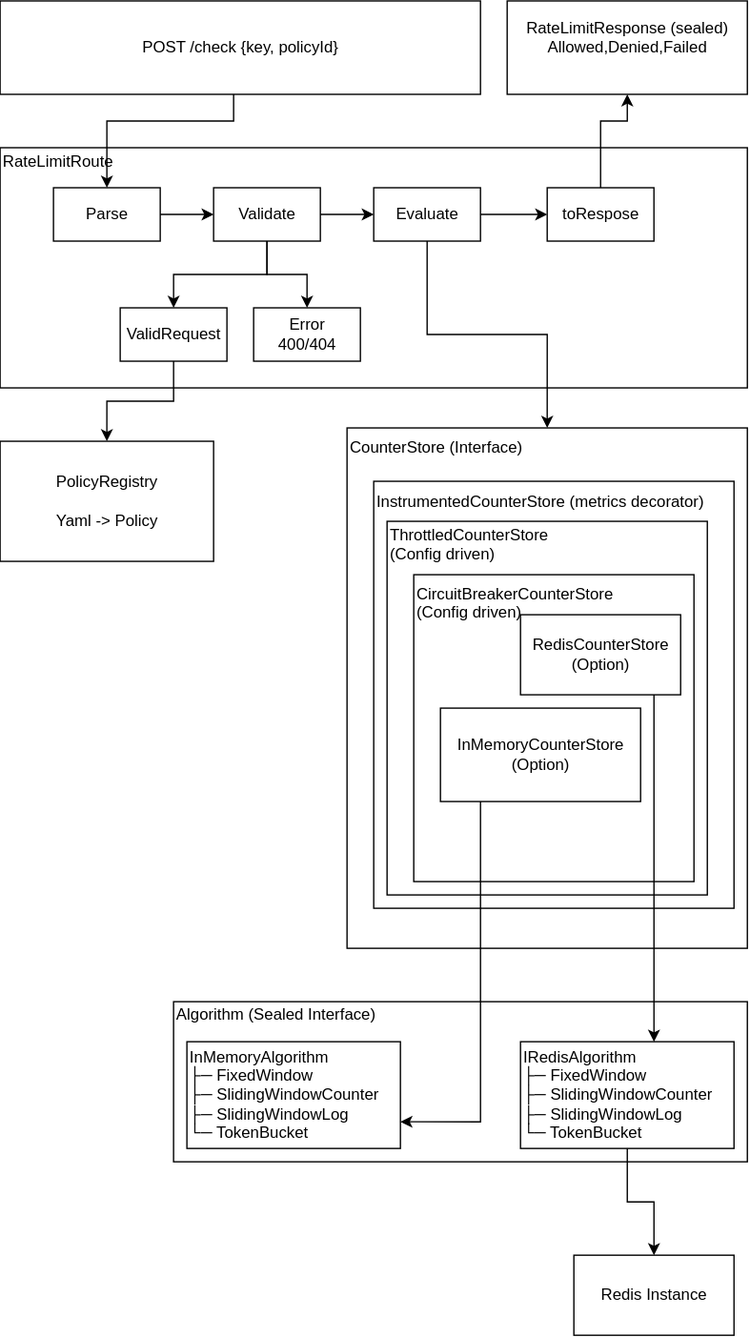
Earlier version of the draw.io export docs/images/hld.drawio.svg (SimonJPegg/sluice). Source tidied: cells renumbered, new cells last; positions are measured from the earlier drawing's top-left corner, leaving out a move shared by most shapes.
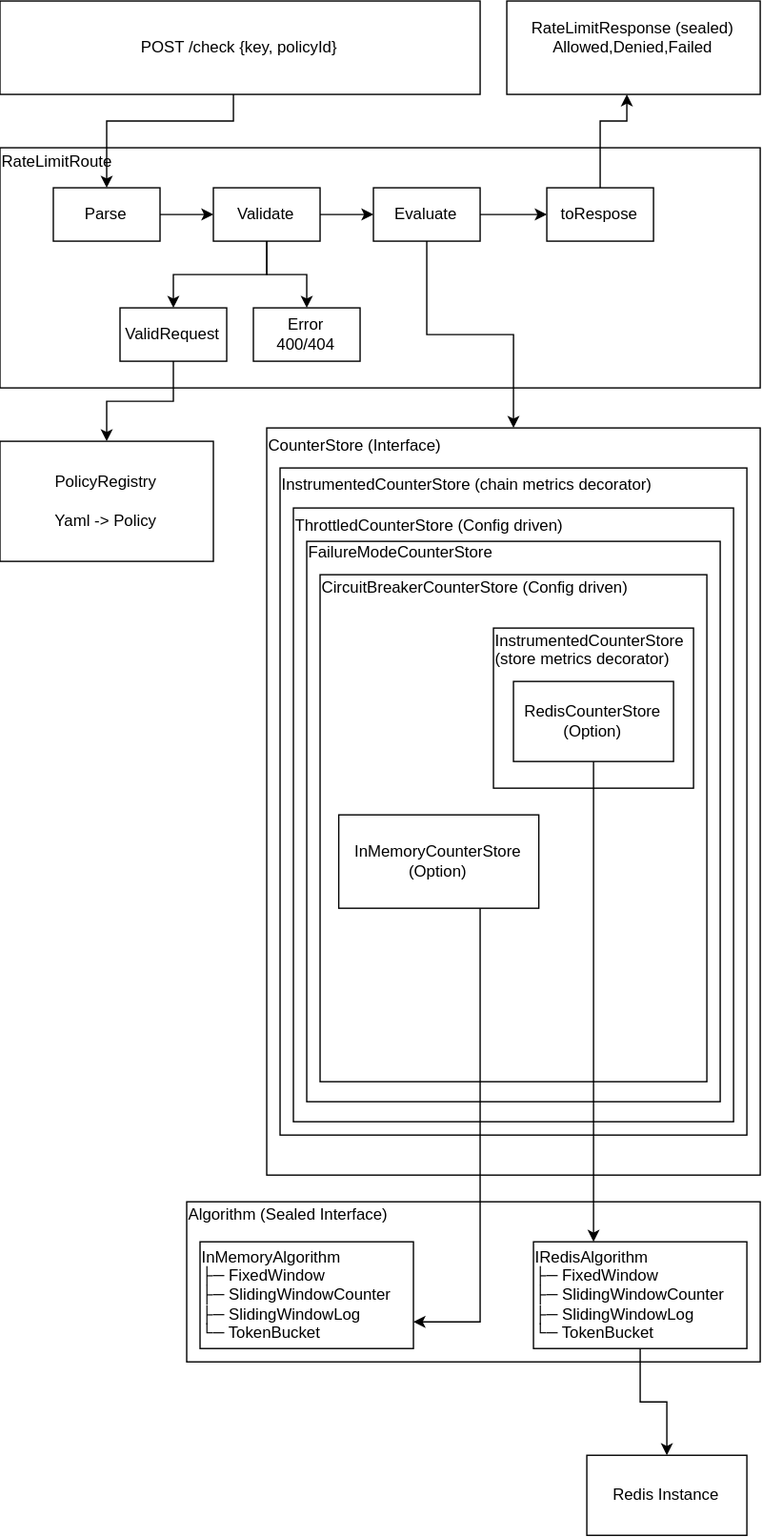
After the change.

What changed in the source:
```diff
@@ -2,25 +2,34 @@
   <root>
     <mxCell id="0" />
     <mxCell id="1" parent="0" />
+    <mxCell id="20" value="&lt;div&gt;CounterStore (Interface)&lt;/div&gt;&lt;div&gt;&lt;br&gt;&lt;/div&gt;&lt;div&gt;&lt;br&gt;&lt;/div&gt;&lt;div&gt;&lt;br&gt;&lt;/div&gt;&lt;div&gt;&lt;br&gt;&lt;/div&gt;&lt;div&gt;&lt;br&gt;&lt;/div&gt;&lt;div&gt;&lt;br&gt;&lt;/div&gt;&lt;div&gt;&lt;br&gt;&lt;/div&gt;&lt;div&gt;&lt;br&gt;&lt;/div&gt;&lt;div&gt;&lt;br&gt;&lt;/div&gt;&lt;div&gt;&lt;br&gt;&lt;/div&gt;&lt;div&gt;&lt;br&gt;&lt;/div&gt;&lt;div&gt;&lt;br&gt;&lt;/div&gt;&lt;div&gt;&lt;br&gt;&lt;/div&gt;&lt;div&gt;&lt;br&gt;&lt;/div&gt;&lt;div&gt;&lt;br&gt;&lt;/div&gt;&lt;div&gt;&lt;br&gt;&lt;/div&gt;&lt;div&gt;&lt;br&gt;&lt;/div&gt;&lt;div&gt;&lt;br&gt;&lt;/div&gt;&lt;div&gt;&lt;br&gt;&lt;/div&gt;&lt;div&gt;&lt;br&gt;&lt;/div&gt;&lt;div&gt;&lt;br&gt;&lt;/div&gt;&lt;div&gt;&lt;br&gt;&lt;/div&gt;&lt;div&gt;&lt;br&gt;&lt;/div&gt;&lt;div&gt;&lt;br&gt;&lt;/div&gt;&lt;div&gt;&lt;br&gt;&lt;/div&gt;&lt;div&gt;&lt;br&gt;&lt;/div&gt;&lt;div&gt;&lt;br&gt;&lt;/div&gt;&lt;div&gt;&lt;br&gt;&lt;/div&gt;&lt;div&gt;&lt;br&gt;&lt;/div&gt;&lt;div&gt;&lt;br&gt;&lt;/div&gt;&lt;div&gt;&lt;br&gt;&lt;/div&gt;&lt;div&gt;&lt;br&gt;&lt;/div&gt;&lt;div&gt;&lt;br&gt;&lt;/div&gt;&lt;div&gt;&lt;br&gt;&lt;/div&gt;&lt;div&gt;&lt;br&gt;&lt;/div&gt;&lt;div&gt;&lt;br&gt;&lt;/div&gt;&lt;div&gt;&lt;br&gt;&lt;/div&gt;" style="rounded=0;whiteSpace=wrap;html=1;align=left;fillColor=none;" parent="1" vertex="1">
+      <mxGeometry x="170" y="180" width="370" height="560" as="geometry" />
+    </mxCell>
+    <mxCell id="21" value="&lt;div&gt;InstrumentedCounterStore (chain metrics decorator)&lt;/div&gt;&lt;div&gt;&lt;br&gt;&lt;/div&gt;&lt;div&gt;&lt;br&gt;&lt;/div&gt;&lt;div&gt;&lt;br&gt;&lt;/div&gt;&lt;div&gt;&lt;br&gt;&lt;/div&gt;&lt;div&gt;&lt;br&gt;&lt;/div&gt;&lt;div&gt;&lt;br&gt;&lt;/div&gt;&lt;div&gt;&lt;br&gt;&lt;/div&gt;&lt;div&gt;&lt;br&gt;&lt;/div&gt;&lt;div&gt;&lt;br&gt;&lt;/div&gt;&lt;div&gt;&lt;br&gt;&lt;/div&gt;&lt;div&gt;&lt;br&gt;&lt;/div&gt;&lt;div&gt;&lt;br&gt;&lt;/div&gt;&lt;div&gt;&lt;br&gt;&lt;/div&gt;&lt;div&gt;&lt;br&gt;&lt;/div&gt;&lt;div&gt;&lt;br&gt;&lt;/div&gt;&lt;div&gt;&lt;br&gt;&lt;/div&gt;&lt;div&gt;&lt;br&gt;&lt;/div&gt;&lt;div&gt;&lt;br&gt;&lt;/div&gt;&lt;div&gt;&lt;br&gt;&lt;/div&gt;&lt;div&gt;&lt;br&gt;&lt;/div&gt;&lt;div&gt;&lt;br&gt;&lt;/div&gt;&lt;div&gt;&lt;br&gt;&lt;/div&gt;&lt;div&gt;&lt;br&gt;&lt;/div&gt;&lt;div&gt;&lt;br&gt;&lt;/div&gt;&lt;div&gt;&lt;br&gt;&lt;/div&gt;&lt;div&gt;&lt;br&gt;&lt;/div&gt;&lt;div&gt;&lt;br&gt;&lt;/div&gt;&lt;div&gt;&lt;br&gt;&lt;/div&gt;&lt;div&gt;&lt;br&gt;&lt;/div&gt;&lt;div&gt;&lt;br&gt;&lt;/div&gt;&lt;div&gt;&lt;br&gt;&lt;/div&gt;&lt;div&gt;&lt;br&gt;&lt;/div&gt;&lt;div&gt;&lt;br&gt;&lt;/div&gt;" style="rounded=0;whiteSpace=wrap;html=1;align=left;fillColor=none;" parent="1" vertex="1">
+      <mxGeometry x="180" y="210" width="350" height="500" as="geometry" />
+    </mxCell>
+    <mxCell id="34" value="&lt;div&gt;&lt;div&gt;ThrottledCounterStore (Config driven)&lt;/div&gt;&lt;/div&gt;&lt;div&gt;&lt;br&gt;&lt;/div&gt;&lt;div&gt;&lt;br&gt;&lt;/div&gt;&lt;div&gt;&lt;br&gt;&lt;/div&gt;&lt;div&gt;&lt;br&gt;&lt;/div&gt;&lt;div&gt;&lt;br&gt;&lt;/div&gt;&lt;div&gt;&lt;br&gt;&lt;/div&gt;&lt;div&gt;&lt;br&gt;&lt;/div&gt;&lt;div&gt;&lt;br&gt;&lt;/div&gt;&lt;div&gt;&lt;br&gt;&lt;/div&gt;&lt;div&gt;&lt;br&gt;&lt;/div&gt;&lt;div&gt;&lt;br&gt;&lt;/div&gt;&lt;div&gt;&lt;br&gt;&lt;/div&gt;&lt;div&gt;&lt;br&gt;&lt;/div&gt;&lt;div&gt;&lt;br&gt;&lt;/div&gt;&lt;div&gt;&lt;br&gt;&lt;/div&gt;&lt;div&gt;&lt;br&gt;&lt;/div&gt;&lt;div&gt;&lt;br&gt;&lt;/div&gt;&lt;div&gt;&lt;br&gt;&lt;/div&gt;&lt;div&gt;&lt;br&gt;&lt;/div&gt;&lt;div&gt;&lt;br&gt;&lt;/div&gt;&lt;div&gt;&lt;br&gt;&lt;/div&gt;&lt;div&gt;&lt;br&gt;&lt;/div&gt;&lt;div&gt;&lt;br&gt;&lt;/div&gt;&lt;div&gt;&lt;br&gt;&lt;/div&gt;&lt;div&gt;&lt;br&gt;&lt;/div&gt;&lt;div&gt;&lt;br&gt;&lt;/div&gt;&lt;div&gt;&lt;br&gt;&lt;/div&gt;&lt;div&gt;&lt;br&gt;&lt;/div&gt;&lt;div&gt;&lt;br&gt;&lt;/div&gt;&lt;div&gt;&lt;br&gt;&lt;/div&gt;" style="rounded=0;whiteSpace=wrap;html=1;align=left;fillColor=none;" parent="1" vertex="1">
+      <mxGeometry x="190" y="240" width="330" height="460" as="geometry" />
+    </mxCell>
     <mxCell id="2" value="&lt;div&gt;RateLimitRoute&lt;/div&gt;&lt;div&gt;&lt;br&gt;&lt;/div&gt;&lt;div&gt;&lt;br&gt;&lt;/div&gt;&lt;div&gt;&lt;br&gt;&lt;/div&gt;&lt;div&gt;&lt;br&gt;&lt;/div&gt;&lt;div&gt;&lt;br&gt;&lt;/div&gt;&lt;div&gt;&lt;br&gt;&lt;/div&gt;&lt;div&gt;&lt;br&gt;&lt;/div&gt;&lt;div&gt;&lt;br&gt;&lt;/div&gt;&lt;div&gt;&lt;br&gt;&lt;/div&gt;&lt;div&gt;&lt;br&gt;&lt;/div&gt;&lt;div&gt;&lt;br&gt;&lt;/div&gt;" style="rounded=0;whiteSpace=wrap;html=1;align=left;fillColor=none;" parent="1" vertex="1">
-      <mxGeometry y="110" width="560" height="180" as="geometry" />
+      <mxGeometry x="-30" y="-30" width="570" height="180" as="geometry" />
     </mxCell>
     <mxCell id="3" style="edgeStyle=orthogonalEdgeStyle;rounded=0;jettySize=auto;html=1;" parent="1" edge="1" source="4" target="6">
       <mxGeometry relative="1" as="geometry">
         <Array as="points">
-          <mxPoint x="175" y="90" />
-          <mxPoint x="80" y="90" />
+          <mxPoint x="145" y="-50" />
+          <mxPoint x="50" y="-50" />
         </Array>
       </mxGeometry>
     </mxCell>
     <mxCell id="4" value="POST /check {key, policyId}" style="rounded=0;whiteSpace=wrap;html=1;align=center;fillColor=none;" parent="1" vertex="1">
-      <mxGeometry width="360" height="70" as="geometry" />
+      <mxGeometry x="-30" y="-140" width="360" height="70" as="geometry" />
     </mxCell>
     <mxCell id="5" style="edgeStyle=orthogonalEdgeStyle;rounded=0;jettySize=auto;html=1;align=center;" parent="1" edge="1" source="6" target="10">
       <mxGeometry relative="1" as="geometry" />
     </mxCell>
     <mxCell id="6" value="Parse" style="rounded=0;whiteSpace=wrap;html=1;align=center;fillColor=none;" parent="1" vertex="1">
-      <mxGeometry x="40" y="140" width="80" height="40" as="geometry" />
+      <mxGeometry x="10" width="80" height="40" as="geometry" />
     </mxCell>
     <mxCell id="7" style="edgeStyle=orthogonalEdgeStyle;rounded=0;jettySize=auto;html=1;align=center;" parent="1" edge="1" source="10" target="17">
       <mxGeometry relative="1" as="geometry" />
@@ -32,7 +41,7 @@
       <mxGeometry relative="1" as="geometry" />
     </mxCell>
     <mxCell id="10" value="Validate" style="rounded=0;whiteSpace=wrap;html=1;align=center;fillColor=none;" parent="1" vertex="1">
-      <mxGeometry x="160" y="140" width="80" height="40" as="geometry" />
+      <mxGeometry x="130" width="80" height="40" as="geometry" />
     </mxCell>
     <mxCell id="11" style="edgeStyle=orthogonalEdgeStyle;rounded=0;jettySize=auto;html=1;entryX=0;entryY=0.5;entryDx=0;entryDy=0;align=center;" parent="1" edge="1" source="13" target="15">
       <mxGeometry relative="1" as="geometry" />
@@ -41,81 +50,78 @@
       <mxGeometry relative="1" as="geometry" />
     </mxCell>
     <mxCell id="13" value="Evaluate" style="rounded=0;whiteSpace=wrap;html=1;align=center;fillColor=none;" parent="1" vertex="1">
-      <mxGeometry x="280" y="140" width="80" height="40" as="geometry" />
+      <mxGeometry x="250" width="80" height="40" as="geometry" />
     </mxCell>
     <mxCell id="14" style="edgeStyle=orthogonalEdgeStyle;rounded=0;jettySize=auto;html=1;" parent="1" edge="1" source="15" target="33">
       <mxGeometry relative="1" as="geometry">
         <Array as="points">
-          <mxPoint x="450" y="90" />
-          <mxPoint x="470" y="90" />
+          <mxPoint x="420" y="-50" />
+          <mxPoint x="440" y="-50" />
         </Array>
       </mxGeometry>
     </mxCell>
     <mxCell id="15" value="toRespose" style="rounded=0;whiteSpace=wrap;html=1;align=center;fillColor=none;" parent="1" vertex="1">
-      <mxGeometry x="410" y="140" width="80" height="40" as="geometry" />
+      <mxGeometry x="380" width="80" height="40" as="geometry" />
     </mxCell>
     <mxCell id="16" style="edgeStyle=orthogonalEdgeStyle;rounded=0;jettySize=auto;html=1;entryX=0.5;entryY=0;entryDx=0;entryDy=0;align=left;" parent="1" edge="1" source="17" target="19">
       <mxGeometry relative="1" as="geometry" />
     </mxCell>
     <mxCell id="17" value="ValidRequest" style="rounded=0;whiteSpace=wrap;html=1;align=center;fillColor=none;" parent="1" vertex="1">
-      <mxGeometry x="90" y="230" width="80" height="40" as="geometry" />
+      <mxGeometry x="60" y="90" width="80" height="40" as="geometry" />
     </mxCell>
     <mxCell id="18" value="&lt;div&gt;Error&lt;/div&gt;&lt;div&gt;400/404&lt;/div&gt;" style="rounded=0;whiteSpace=wrap;html=1;align=center;fillColor=none;" parent="1" vertex="1">
-      <mxGeometry x="190" y="230" width="80" height="40" as="geometry" />
+      <mxGeometry x="160" y="90" width="80" height="40" as="geometry" />
     </mxCell>
     <mxCell id="19" value="PolicyRegistry&lt;br&gt;&lt;br&gt;Yaml -&amp;gt; Policy" style="rounded=0;whiteSpace=wrap;html=1;align=center;fillColor=none;" parent="1" vertex="1">
-      <mxGeometry y="330" width="160" height="90" as="geometry" />
+      <mxGeometry x="-30" y="190" width="160" height="90" as="geometry" />
     </mxCell>
-    <mxCell id="20" value="&lt;div&gt;CounterStore (Interface)&lt;/div&gt;&lt;div&gt;&lt;br&gt;&lt;/div&gt;&lt;div&gt;&lt;br&gt;&lt;/div&gt;&lt;div&gt;&lt;br&gt;&lt;/div&gt;&lt;div&gt;&lt;br&gt;&lt;/div&gt;&lt;div&gt;&lt;br&gt;&lt;/div&gt;&lt;div&gt;&lt;br&gt;&lt;/div&gt;&lt;div&gt;&lt;br&gt;&lt;/div&gt;&lt;div&gt;&lt;br&gt;&lt;/div&gt;&lt;div&gt;&lt;br&gt;&lt;/div&gt;&lt;div&gt;&lt;br&gt;&lt;/div&gt;&lt;div&gt;&lt;br&gt;&lt;/div&gt;&lt;div&gt;&lt;br&gt;&lt;/div&gt;&lt;div&gt;&lt;br&gt;&lt;/div&gt;&lt;div&gt;&lt;br&gt;&lt;/div&gt;&lt;div&gt;&lt;br&gt;&lt;/div&gt;&lt;div&gt;&lt;br&gt;&lt;/div&gt;&lt;div&gt;&lt;br&gt;&lt;/div&gt;&lt;div&gt;&lt;br&gt;&lt;/div&gt;&lt;div&gt;&lt;br&gt;&lt;/div&gt;&lt;div&gt;&lt;br&gt;&lt;/div&gt;&lt;div&gt;&lt;br&gt;&lt;/div&gt;&lt;div&gt;&lt;br&gt;&lt;/div&gt;&lt;div&gt;&lt;br&gt;&lt;/div&gt;&lt;div&gt;&lt;br&gt;&lt;/div&gt;&lt;div&gt;&lt;br&gt;&lt;/div&gt;" style="rounded=0;whiteSpace=wrap;html=1;align=left;fillColor=none;" parent="1" vertex="1">
-      <mxGeometry x="260" y="320" width="300" height="390" as="geometry" />
-    </mxCell>
-    <mxCell id="21" value="&lt;div&gt;InstrumentedCounterStore (metrics decorator)&lt;/div&gt;&lt;div&gt;&lt;br&gt;&lt;/div&gt;&lt;div&gt;&lt;br&gt;&lt;/div&gt;&lt;div&gt;&lt;br&gt;&lt;/div&gt;&lt;div&gt;&lt;br&gt;&lt;/div&gt;&lt;div&gt;&lt;br&gt;&lt;/div&gt;&lt;div&gt;&lt;br&gt;&lt;/div&gt;&lt;div&gt;&lt;br&gt;&lt;/div&gt;&lt;div&gt;&lt;br&gt;&lt;/div&gt;&lt;div&gt;&lt;br&gt;&lt;/div&gt;&lt;div&gt;&lt;br&gt;&lt;/div&gt;&lt;div&gt;&lt;br&gt;&lt;/div&gt;&lt;div&gt;&lt;br&gt;&lt;/div&gt;&lt;div&gt;&lt;br&gt;&lt;/div&gt;&lt;div&gt;&lt;br&gt;&lt;/div&gt;&lt;div&gt;&lt;br&gt;&lt;/div&gt;&lt;div&gt;&lt;br&gt;&lt;/div&gt;&lt;div&gt;&lt;br&gt;&lt;/div&gt;&lt;div&gt;&lt;br&gt;&lt;/div&gt;&lt;div&gt;&lt;br&gt;&lt;/div&gt;&lt;div&gt;&lt;br&gt;&lt;/div&gt;" style="rounded=0;whiteSpace=wrap;html=1;align=left;fillColor=none;" parent="1" vertex="1">
-      <mxGeometry x="280" y="360" width="270" height="320" as="geometry" />
-    </mxCell>
-    <mxCell id="22" value="&lt;div&gt;CircuitBreakerCounterStore&amp;nbsp;&lt;/div&gt;&lt;div&gt;(Config driven)&lt;/div&gt;&lt;div&gt;&lt;br&gt;&lt;/div&gt;&lt;div&gt;&lt;br&gt;&lt;/div&gt;&lt;div&gt;&lt;br&gt;&lt;/div&gt;&lt;div&gt;&lt;br&gt;&lt;/div&gt;&lt;div&gt;&lt;br&gt;&lt;/div&gt;&lt;div&gt;&lt;br&gt;&lt;/div&gt;&lt;div&gt;&lt;br&gt;&lt;/div&gt;&lt;div&gt;&lt;br&gt;&lt;/div&gt;&lt;div&gt;&lt;br&gt;&lt;/div&gt;&lt;div&gt;&lt;br&gt;&lt;/div&gt;&lt;div&gt;&lt;br&gt;&lt;/div&gt;&lt;div&gt;&lt;br&gt;&lt;/div&gt;&lt;div&gt;&lt;br&gt;&lt;/div&gt;" style="rounded=0;whiteSpace=wrap;html=1;align=left;fillColor=none;" parent="1" vertex="1">
-      <mxGeometry x="310" y="430" width="210" height="230" as="geometry" />
-    </mxCell>
     <mxCell id="23" value="&lt;div&gt;Algorithm (Sealed Interface)&lt;/div&gt;&lt;div&gt;&lt;br&gt;&lt;/div&gt;&lt;div&gt;&lt;br&gt;&lt;/div&gt;&lt;div&gt;&lt;br&gt;&lt;/div&gt;&lt;div&gt;&lt;br&gt;&lt;/div&gt;&lt;div&gt;&lt;br&gt;&lt;/div&gt;&lt;div&gt;&lt;br&gt;&lt;/div&gt;&lt;div&gt;&lt;br&gt;&lt;/div&gt;" style="rounded=0;whiteSpace=wrap;html=1;align=left;fillColor=none;" parent="1" vertex="1">
-      <mxGeometry x="130" y="750" width="430" height="120" as="geometry" />
+      <mxGeometry x="110" y="760" width="430" height="120" as="geometry" />
     </mxCell>
     <mxCell id="24" value="InMemoryAlgorithm&lt;br&gt;├─ FixedWindow&lt;br&gt;├─ SlidingWindowCounter&lt;br&gt;├─ SlidingWindowLog&lt;br&gt;&lt;div&gt;└─ TokenBucket&lt;/div&gt;" style="rounded=0;whiteSpace=wrap;html=1;align=left;fillColor=none;" parent="1" vertex="1">
-      <mxGeometry x="140" y="780" width="160" height="80" as="geometry" />
+      <mxGeometry x="120" y="790" width="160" height="80" as="geometry" />
     </mxCell>
     <mxCell id="25" style="edgeStyle=orthogonalEdgeStyle;rounded=0;jettySize=auto;html=1;" parent="1" edge="1" source="26" target="32">
       <mxGeometry relative="1" as="geometry" />
     </mxCell>
     <mxCell id="26" value="IRedisAlgorithm&lt;br&gt;├─ FixedWindow&lt;br&gt;├─ SlidingWindowCounter&lt;br&gt;├─ SlidingWindowLog&lt;br&gt;└─ TokenBucket" style="rounded=0;whiteSpace=wrap;html=1;align=left;fillColor=none;" parent="1" vertex="1">
-      <mxGeometry x="390" y="780" width="160" height="80" as="geometry" />
+      <mxGeometry x="370" y="790" width="160" height="80" as="geometry" />
     </mxCell>
-    <mxCell id="27" style="edgeStyle=orthogonalEdgeStyle;rounded=0;jettySize=auto;html=1;" parent="1" edge="1" source="28" target="26">
-      <mxGeometry relative="1" as="geometry">
-        <Array as="points">
-          <mxPoint x="490" y="590" />
-          <mxPoint x="490" y="590" />
-        </Array>
-      </mxGeometry>
-    </mxCell>
-    <mxCell id="28" value="&lt;div&gt;RedisCounterStore&lt;/div&gt;&lt;div&gt;(Option)&lt;/div&gt;" style="rounded=0;whiteSpace=wrap;html=1;fillColor=none;" parent="1" vertex="1">
-      <mxGeometry x="390" y="460" width="120" height="60" as="geometry" />
-    </mxCell>
     <mxCell id="29" style="edgeStyle=orthogonalEdgeStyle;rounded=0;jettySize=auto;html=1;entryX=1;entryY=0.75;entryDx=0;entryDy=0;" parent="1" edge="1" source="30" target="24">
       <mxGeometry relative="1" as="geometry">
         <Array as="points">
-          <mxPoint x="360" y="840" />
+          <mxPoint x="330" y="850" />
         </Array>
       </mxGeometry>
     </mxCell>
-    <mxCell id="30" value="InMemoryCounterStore&lt;div&gt;(Option)&lt;/div&gt;" style="rounded=0;whiteSpace=wrap;html=1;fillColor=none;" parent="1" vertex="1">
-      <mxGeometry x="330" y="530" width="150" height="70" as="geometry" />
-    </mxCell>
-    <mxCell id="31" value="&lt;div&gt;ThrottledCounterStore&lt;/div&gt;&lt;div&gt;(Config driven)&lt;/div&gt;&lt;div&gt;&lt;br&gt;&lt;/div&gt;&lt;div&gt;&lt;br&gt;&lt;/div&gt;&lt;div&gt;&lt;br&gt;&lt;/div&gt;&lt;div&gt;&lt;br&gt;&lt;/div&gt;&lt;div&gt;&lt;br&gt;&lt;/div&gt;&lt;div&gt;&lt;br&gt;&lt;/div&gt;&lt;div&gt;&lt;br&gt;&lt;/div&gt;&lt;div&gt;&lt;br&gt;&lt;/div&gt;&lt;div&gt;&lt;br&gt;&lt;/div&gt;&lt;div&gt;&lt;br&gt;&lt;/div&gt;&lt;div&gt;&lt;br&gt;&lt;/div&gt;&lt;div&gt;&lt;br&gt;&lt;/div&gt;&lt;div&gt;&lt;br&gt;&lt;/div&gt;&lt;div&gt;&lt;br&gt;&lt;/div&gt;&lt;div&gt;&lt;br&gt;&lt;/div&gt;&lt;div&gt;&lt;br&gt;&lt;/div&gt;&lt;div&gt;&lt;br&gt;&lt;/div&gt;" style="rounded=0;whiteSpace=wrap;html=1;align=left;fillColor=none;" parent="1" vertex="1">
-      <mxGeometry x="290" y="390" width="240" height="280" as="geometry" />
+    <mxCell id="31" value="&lt;div&gt;FailureModeCounterStore&lt;/div&gt;&lt;div&gt;&lt;br&gt;&lt;/div&gt;&lt;div&gt;&lt;br&gt;&lt;/div&gt;&lt;div&gt;&lt;br&gt;&lt;/div&gt;&lt;div&gt;&lt;br&gt;&lt;/div&gt;&lt;div&gt;&lt;br&gt;&lt;/div&gt;&lt;div&gt;&lt;br&gt;&lt;/div&gt;&lt;div&gt;&lt;br&gt;&lt;/div&gt;&lt;div&gt;&lt;br&gt;&lt;/div&gt;&lt;div&gt;&lt;br&gt;&lt;/div&gt;&lt;div&gt;&lt;br&gt;&lt;/div&gt;&lt;div&gt;&lt;br&gt;&lt;/div&gt;&lt;div&gt;&lt;br&gt;&lt;/div&gt;&lt;div&gt;&lt;br&gt;&lt;/div&gt;&lt;div&gt;&lt;br&gt;&lt;/div&gt;&lt;div&gt;&lt;br&gt;&lt;/div&gt;&lt;div&gt;&lt;br&gt;&lt;/div&gt;&lt;div&gt;&lt;br&gt;&lt;/div&gt;&lt;div&gt;&lt;br&gt;&lt;/div&gt;&lt;div&gt;&lt;br&gt;&lt;/div&gt;&lt;div&gt;&lt;br&gt;&lt;/div&gt;&lt;div&gt;&lt;br&gt;&lt;/div&gt;&lt;div&gt;&lt;br&gt;&lt;/div&gt;&lt;div&gt;&lt;br&gt;&lt;/div&gt;&lt;div&gt;&lt;br&gt;&lt;/div&gt;&lt;div&gt;&lt;br&gt;&lt;/div&gt;&lt;div&gt;&lt;br&gt;&lt;/div&gt;&lt;div&gt;&lt;br&gt;&lt;/div&gt;&lt;div&gt;&lt;br&gt;&lt;/div&gt;" style="rounded=0;whiteSpace=wrap;html=1;align=left;fillColor=none;" parent="1" vertex="1">
+      <mxGeometry x="200" y="265" width="310" height="420" as="geometry" />
     </mxCell>
     <mxCell id="32" value="Redis Instance" style="rounded=0;whiteSpace=wrap;html=1;fillColor=none;" parent="1" vertex="1">
-      <mxGeometry x="430" y="940" width="120" height="60" as="geometry" />
+      <mxGeometry x="410" y="950" width="120" height="60" as="geometry" />
     </mxCell>
     <mxCell id="33" value="&lt;div&gt;RateLimitResponse (sealed)&lt;/div&gt;&lt;div&gt;Allowed,Denied,Failed&lt;/div&gt;&lt;div&gt;&lt;br&gt;&lt;/div&gt;" style="rounded=0;whiteSpace=wrap;html=1;fillColor=none;" parent="1" vertex="1">
-      <mxGeometry x="380" width="180" height="70" as="geometry" />
+      <mxGeometry x="350" y="-140" width="190" height="70" as="geometry" />
     </mxCell>
+    <mxCell id="22" value="&lt;div&gt;CircuitBreakerCounterStore&amp;nbsp;(Config driven)&lt;/div&gt;&lt;div&gt;&lt;br&gt;&lt;/div&gt;&lt;div&gt;&lt;br&gt;&lt;/div&gt;&lt;div&gt;&lt;br&gt;&lt;/div&gt;&lt;div&gt;&lt;br&gt;&lt;/div&gt;&lt;div&gt;&lt;br&gt;&lt;/div&gt;&lt;div&gt;&lt;br&gt;&lt;/div&gt;&lt;div&gt;&lt;br&gt;&lt;/div&gt;&lt;div&gt;&lt;br&gt;&lt;/div&gt;&lt;div&gt;&lt;br&gt;&lt;/div&gt;&lt;div&gt;&lt;br&gt;&lt;/div&gt;&lt;div&gt;&lt;br&gt;&lt;/div&gt;&lt;div&gt;&lt;br&gt;&lt;/div&gt;&lt;div&gt;&lt;br&gt;&lt;/div&gt;&lt;div&gt;&lt;br&gt;&lt;/div&gt;&lt;div&gt;&lt;br&gt;&lt;/div&gt;&lt;div&gt;&lt;br&gt;&lt;/div&gt;&lt;div&gt;&lt;br&gt;&lt;/div&gt;&lt;div&gt;&lt;br&gt;&lt;/div&gt;&lt;div&gt;&lt;br&gt;&lt;/div&gt;&lt;div&gt;&lt;br&gt;&lt;/div&gt;&lt;div&gt;&lt;br&gt;&lt;/div&gt;&lt;div&gt;&lt;br&gt;&lt;/div&gt;&lt;div&gt;&lt;br&gt;&lt;/div&gt;&lt;div&gt;&lt;br&gt;&lt;/div&gt;&lt;div&gt;&lt;br&gt;&lt;/div&gt;" style="rounded=0;whiteSpace=wrap;html=1;align=left;fillColor=none;" parent="1" vertex="1">
+      <mxGeometry x="210" y="290" width="290" height="380" as="geometry" />
+    </mxCell>
+    <mxCell id="35" value="&lt;div&gt;InstrumentedCounterStore&amp;nbsp;&lt;/div&gt;&lt;div&gt;(store metrics decorator)&lt;/div&gt;&lt;div&gt;&lt;br&gt;&lt;/div&gt;&lt;div&gt;&lt;br&gt;&lt;/div&gt;&lt;div&gt;&lt;br&gt;&lt;/div&gt;&lt;div&gt;&lt;br&gt;&lt;/div&gt;&lt;div&gt;&lt;br&gt;&lt;/div&gt;&lt;div&gt;&lt;br&gt;&lt;/div&gt;" style="rounded=0;whiteSpace=wrap;html=1;align=left;fillColor=none;" parent="1" vertex="1">
+      <mxGeometry x="340" y="330" width="150" height="120" as="geometry" />
+    </mxCell>
+    <mxCell id="27" style="edgeStyle=orthogonalEdgeStyle;rounded=0;jettySize=auto;html=1;" parent="1" edge="1" source="28" target="26">
+      <mxGeometry relative="1" as="geometry">
+        <Array as="points">
+          <mxPoint x="415" y="700" />
+          <mxPoint x="415" y="700" />
+        </Array>
+      </mxGeometry>
+    </mxCell>
+    <mxCell id="28" value="&lt;div&gt;RedisCounterStore&lt;/div&gt;&lt;div&gt;(Option)&lt;/div&gt;" style="rounded=0;whiteSpace=wrap;html=1;fillColor=none;" parent="1" vertex="1">
+      <mxGeometry x="355" y="370" width="120" height="60" as="geometry" />
+    </mxCell>
+    <mxCell id="30" value="InMemoryCounterStore&lt;div&gt;(Option)&lt;/div&gt;" style="rounded=0;whiteSpace=wrap;html=1;fillColor=none;" parent="1" vertex="1">
+      <mxGeometry x="224" y="470" width="150" height="70" as="geometry" />
+    </mxCell>
   </root>
 </mxGraphModel>
```
